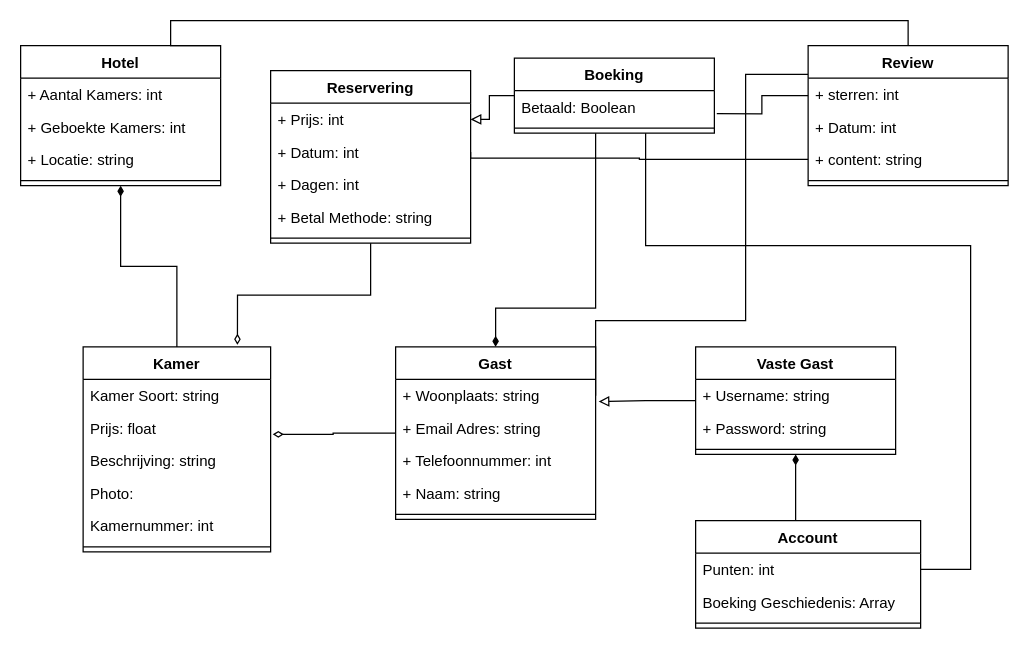
The draw.io diagram Reserveringssysteem.drawio in MrMibsen/Quizje, before the edit. Source tidied: cells renumbered, new cells numbered last; positions are measured from the earlier drawing's top-left corner, leaving out a move shared by most shapes. Both pictures are drawn from the tidied source at 125%, with x=0, y=0 at pixel (20, 20).
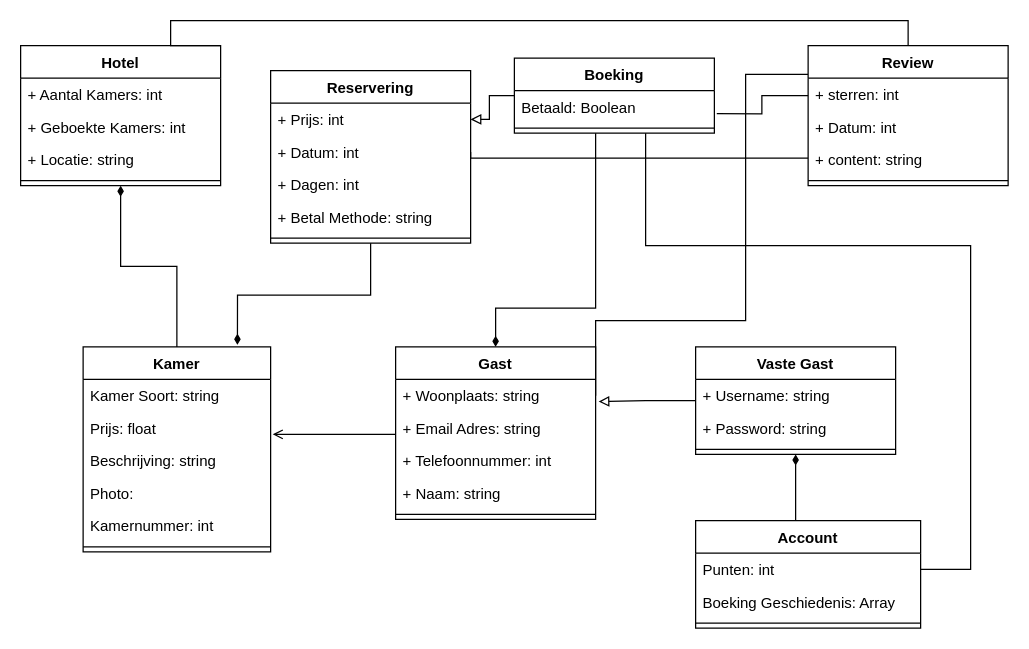
The same diagram, later.

The change refers to these unchanged cells:
```xml
<mxCell id="3" value="Kamer" style="swimlane;fontStyle=1;align=center;verticalAlign=top;horizontal=1;startSize=26;" parent="1" vertex="1">
  <mxGeometry x="50" y="261" width="150" height="164" as="geometry" />
</mxCell>
<mxCell id="5" value="Prijs: float" style="text;strokeColor=none;fillColor=none;align=left;verticalAlign=top;spacingLeft=4;spacingRight=4;overflow=hidden;points=[[0,0.5],[1,0.5]];portConstraint=eastwest;" parent="3" vertex="1">
  <mxGeometry y="52" width="150" height="26" as="geometry" />
</mxCell>
<mxCell id="10" value="Hotel&#10;" style="swimlane;fontStyle=1;align=center;verticalAlign=top;horizontal=1;startSize=26;" parent="1" vertex="1">
  <mxGeometry y="20" width="160" height="112" as="geometry" />
</mxCell>
<mxCell id="16" value="Gast" style="swimlane;fontStyle=1;align=center;verticalAlign=top;horizontal=1;startSize=26;" parent="1" vertex="1">
  <mxGeometry x="300" y="261" width="160" height="138" as="geometry" />
</mxCell>
<mxCell id="44" value="+ content: string" style="text;strokeColor=none;fillColor=none;align=left;verticalAlign=top;spacingLeft=4;spacingRight=4;overflow=hidden;points=[[0,0.5],[1,0.5]];portConstraint=eastwest;" parent="41" vertex="1">
  <mxGeometry y="78" width="160" height="26" as="geometry" />
</mxCell>
<mxCell id="47" value="Reservering" style="swimlane;fontStyle=1;align=center;verticalAlign=top;horizontal=1;startSize=26;" parent="1" vertex="1">
  <mxGeometry x="200" y="40" width="160" height="138" as="geometry" />
</mxCell>
<mxCell id="49" value="+ Datum: int" style="text;strokeColor=none;fillColor=none;align=left;verticalAlign=top;spacingLeft=4;spacingRight=4;overflow=hidden;points=[[0,0.5],[1,0.5]];portConstraint=eastwest;" parent="47" vertex="1">
  <mxGeometry y="52" width="160" height="26" as="geometry" />
</mxCell>
```

Diff of the diagram source:
```diff
@@
-    <mxCell id="2" style="edgeStyle=orthogonalEdgeStyle;rounded=0;jettySize=auto;html=1;exitX=0.5;exitY=0;exitDx=0;exitDy=0;endArrow=diamondThin;endFill=1;entryX=0.5;entryY=1;entryDx=0;entryDy=0;" parent="1" edge="1" source="3" target="10">
+    <mxCell id="2" style="edgeStyle=orthogonalEdgeStyle;rounded=0;jettySize=auto;html=1;exitX=0.5;exitY=0;exitDx=0;exitDy=0;endArrow=diamondThin;endFill=1;entryX=0.5;entryY=1;entryDx=0;entryDy=0;enumerate=0;" parent="1" edge="1" source="3" target="10">
       <mxGeometry relative="1" as="geometry" />
     </mxCell>
@@
-    <mxCell id="15" style="edgeStyle=orthogonalEdgeStyle;rounded=0;jettySize=auto;html=1;entryX=1.011;entryY=0.692;entryDx=0;entryDy=0;entryPerimeter=0;startArrow=none;startFill=0;endArrow=diamondThin;endFill=0;" parent="1" edge="1" source="16" target="5">
-      <mxGeometry relative="1" as="geometry" />
+    <mxCell id="15" style="edgeStyle=orthogonalEdgeStyle;rounded=0;jettySize=auto;html=1;entryX=1.011;entryY=0.692;entryDx=0;entryDy=0;entryPerimeter=0;startArrow=none;startFill=0;endArrow=open;endFill=0;" parent="1" edge="1" source="16" target="5">
+      <mxGeometry relative="1" as="geometry">
+        <Array as="points">
+          <mxPoint x="202" y="330" />
+        </Array>
+      </mxGeometry>
     </mxCell>
@@
-    <mxCell id="46" style="edgeStyle=orthogonalEdgeStyle;rounded=0;jettySize=auto;html=1;entryX=0.823;entryY=-0.01;entryDx=0;entryDy=0;entryPerimeter=0;startArrow=none;startFill=0;endArrow=diamondThin;endFill=0;" parent="1" edge="1" source="47" target="3">
+    <mxCell id="46" style="edgeStyle=orthogonalEdgeStyle;rounded=0;jettySize=auto;html=1;entryX=0.823;entryY=-0.01;entryDx=0;entryDy=0;entryPerimeter=0;startArrow=none;startFill=0;endArrow=diamondThin;endFill=1;" parent="1" edge="1" source="47" target="3">
       <mxGeometry relative="1" as="geometry" />
     </mxCell>
@@
     <mxCell id="53" style="edgeStyle=orthogonalEdgeStyle;rounded=0;jettySize=auto;html=1;entryX=1;entryY=0.5;entryDx=0;entryDy=0;startArrow=none;startFill=0;endArrow=none;endFill=0;" parent="1" edge="1" source="44" target="49">
       <mxGeometry relative="1" as="geometry">
         <Array as="points">
-          <mxPoint x="495" y="111" />
           <mxPoint x="360" y="110" />
         </Array>
       </mxGeometry>
     </mxCell>
```
